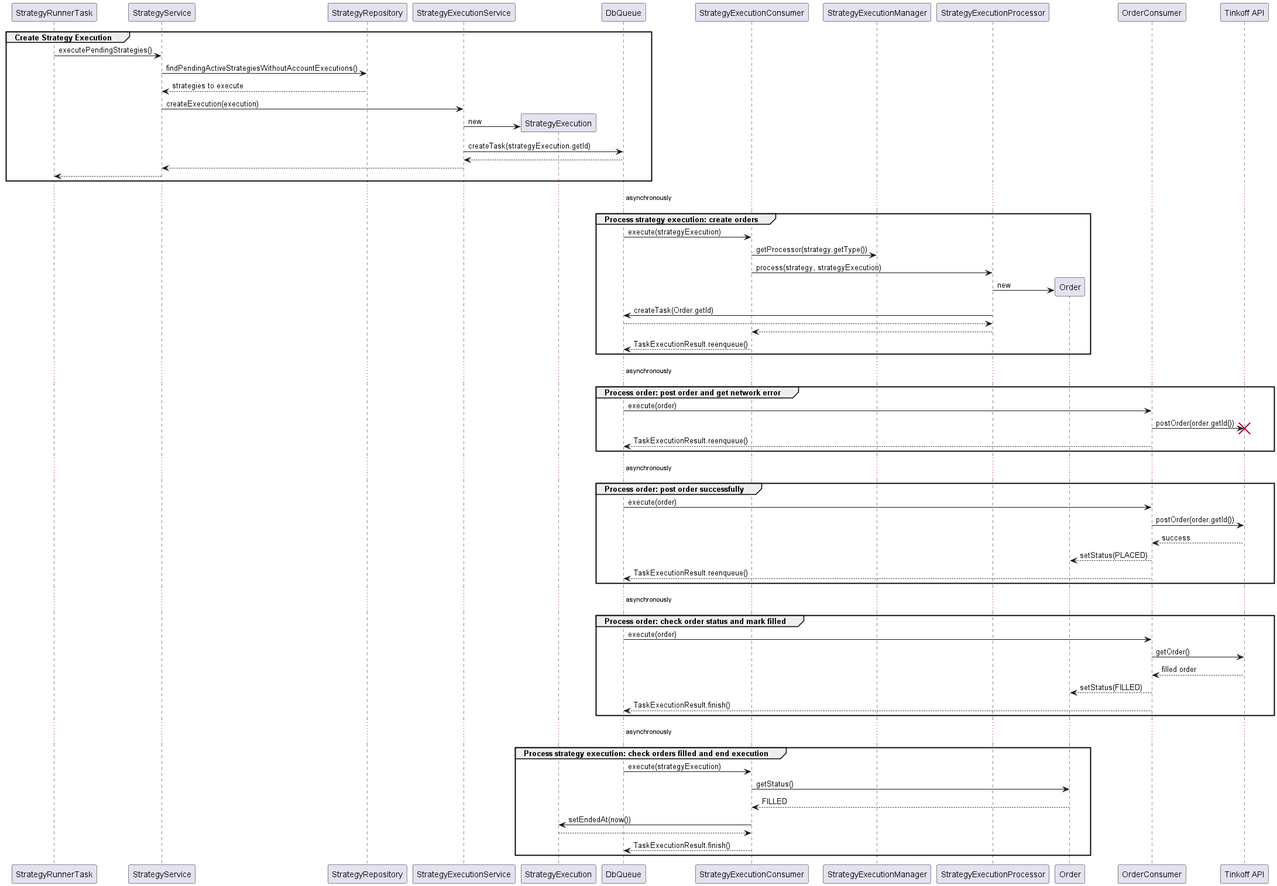
This is docs/strategy-execution-sequence-diagram.png from ivan-bezyazychnyy/tinkoff-invest-robot, a PlantUML export, as it was before one commit. The source it was exported from:
```plantuml
@startuml

group Create Strategy Execution
    StrategyRunnerTask -> StrategyService : executePendingStrategies()
    StrategyService -> StrategyRepository : findPendingActiveStrategiesWithoutAccountExecutions()
    StrategyRepository --> StrategyService : strategies to execute
    StrategyService -> StrategyExecutionService : createExecution(execution)
    create StrategyExecution
    StrategyExecutionService -> StrategyExecution : new
    StrategyExecutionService -> DbQueue : createTask(strategyExecution.getId)
    DbQueue --> StrategyExecutionService
    StrategyExecutionService --> StrategyService
    StrategyService --> StrategyRunnerTask
end

... asynchronously ...

group Process strategy execution: create orders
    DbQueue -> StrategyExecutionConsumer : execute(strategyExecution)
    StrategyExecutionConsumer -> StrategyExecutionManager : getProcessor(strategy.getType())
    StrategyExecutionConsumer -> StrategyExecutionProcessor  : process(strategy, strategyExecution)
    create Order
    StrategyExecutionProcessor -> Order : new
    StrategyExecutionProcessor -> DbQueue : createTask(Order.getId)
    DbQueue --> StrategyExecutionProcessor
    StrategyExecutionProcessor --> StrategyExecutionConsumer
    StrategyExecutionConsumer --> DbQueue : TaskExecutionResult.reenqueue()
end

... asynchronously ...

group Process order: post order and get network error
    DbQueue -> OrderConsumer : execute(order)
    OrderConsumer -> "Tinkoff API" !! : postOrder(order.getId())
    OrderConsumer --> DbQueue : TaskExecutionResult.reenqueue()
end

... asynchronously ...

group Process order: post order successfully
    DbQueue -> OrderConsumer : execute(order)
    OrderConsumer -> "Tinkoff API" : postOrder(order.getId())
    "Tinkoff API" --> OrderConsumer : success
    OrderConsumer --> Order : setStatus(PLACED)
    OrderConsumer --> DbQueue : TaskExecutionResult.reenqueue()
end

... asynchronously ...

group Process order: check order status and mark filled
    DbQueue -> OrderConsumer : execute(order)
    OrderConsumer -> "Tinkoff API" : getOrder()
    "Tinkoff API" --> OrderConsumer : filled order
    OrderConsumer --> Order : setStatus(FILLED)
    OrderConsumer --> DbQueue : TaskExecutionResult.finish()
end

... asynchronously ...

group Process strategy execution: check orders filled and end execution
    DbQueue -> StrategyExecutionConsumer : execute(strategyExecution)
    StrategyExecutionConsumer -> Order : getStatus()
    Order --> StrategyExecutionConsumer : FILLED
    StrategyExecutionConsumer -> StrategyExecution : setEndedAt(now())
    StrategyExecution --> StrategyExecutionConsumer
    StrategyExecutionConsumer --> DbQueue : TaskExecutionResult.finish()
end

@enduml
```
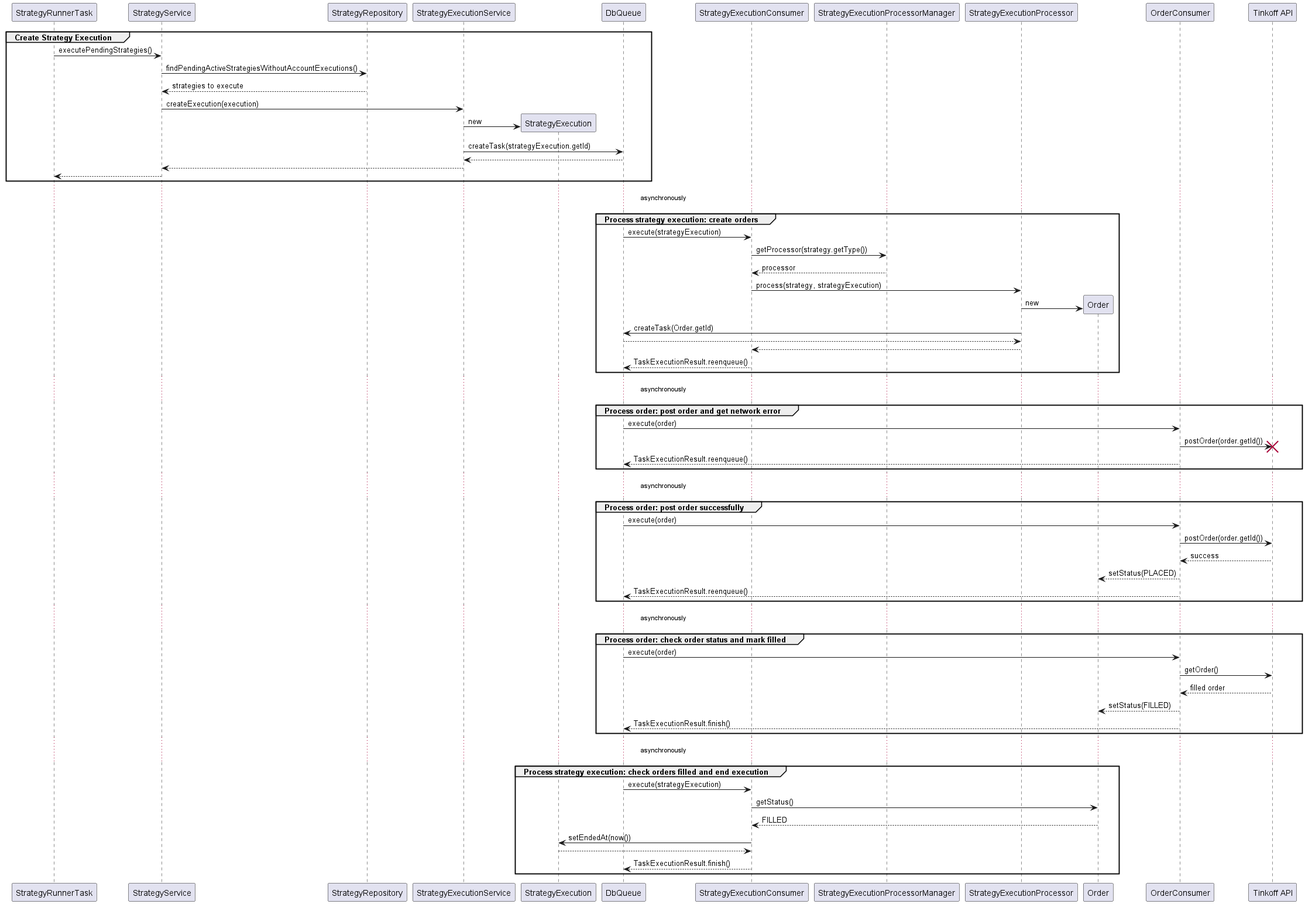
The same diagram one commit later.

Commit message:
Update strategy execution sequence diagram

Diff of the diagram source:
```diff
@@ -17,7 +17,8 @@
 
 group Process strategy execution: create orders
     DbQueue -> StrategyExecutionConsumer : execute(strategyExecution)
-    StrategyExecutionConsumer -> StrategyExecutionManager : getProcessor(strategy.getType())
+    StrategyExecutionConsumer -> StrategyExecutionProcessorManager : getProcessor(strategy.getType())
+    StrategyExecutionProcessorManager --> StrategyExecutionConsumer : processor
     StrategyExecutionConsumer -> StrategyExecutionProcessor  : process(strategy, strategyExecution)
     create Order
     StrategyExecutionProcessor -> Order : new
```
